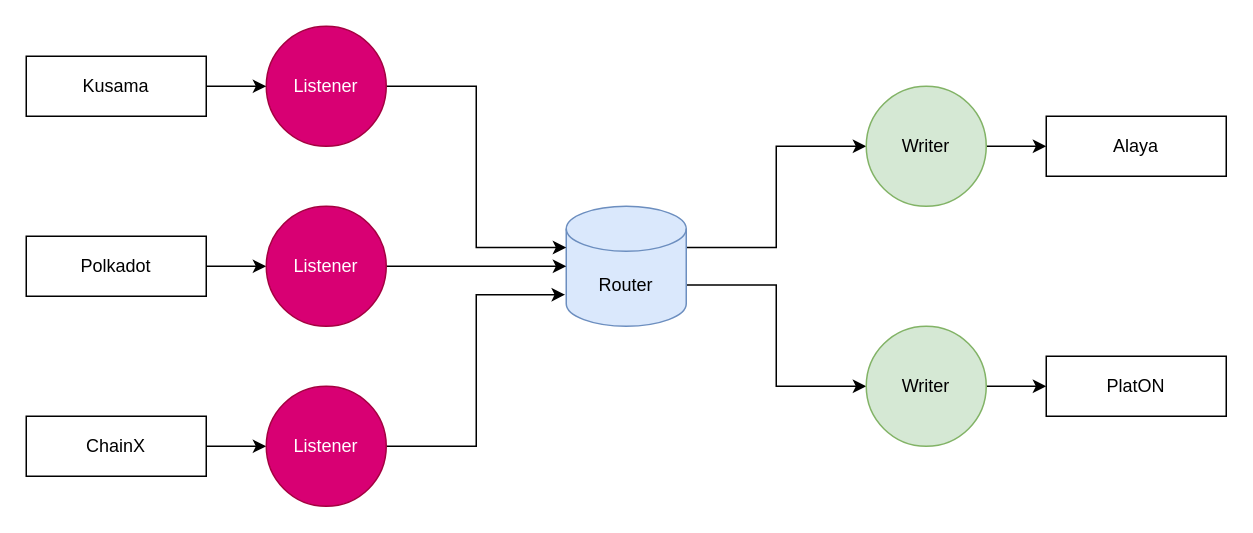
Earlier version of the draw.io diagram drawio/Router.drawio (0xrjman/resources). Source tidied: cells renumbered, new cells numbered last; positions are measured from the earlier drawing's top-left corner, leaving out a move shared by most shapes. Both pictures are drawn from the tidied source at 150%, with x=0, y=0 at pixel (26, 26).
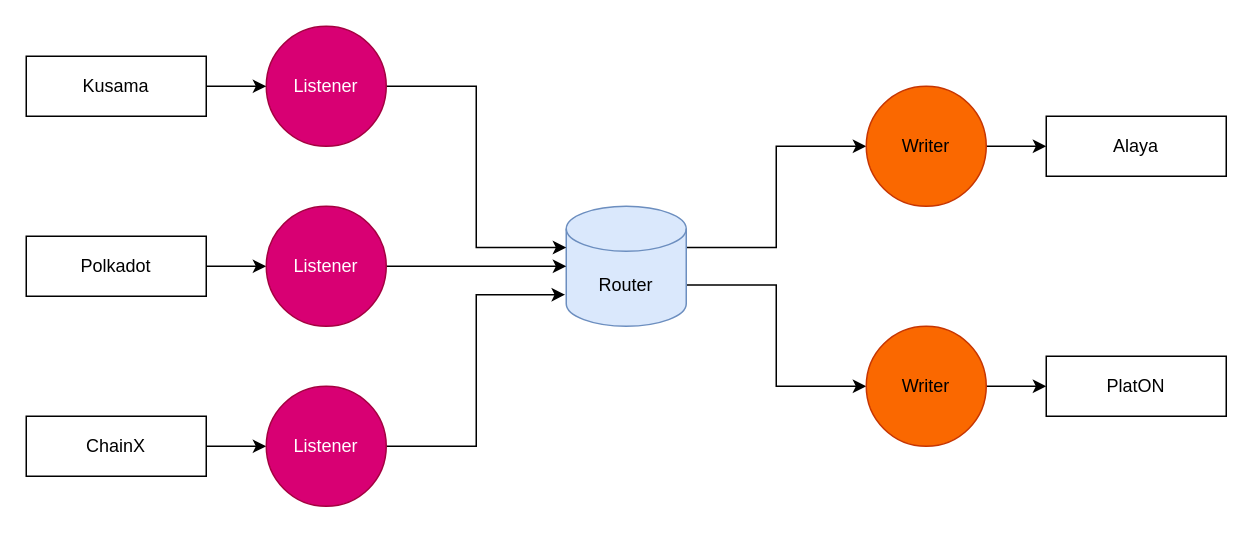
Above is the later version.

Commit message:
change color of alaya circle.drawio

What changed in the source:
```diff
@@
-    <mxCell id="6" value="Writer" style="ellipse;whiteSpace=wrap;html=1;fillColor=#d5e8d4;strokeColor=#82b366;" parent="1" vertex="1">
+    <mxCell id="6" value="Writer" style="ellipse;whiteSpace=wrap;html=1;fillColor=#fa6800;strokeColor=#C73500;fontColor=#000000;" parent="1" vertex="1">
       <mxGeometry x="560" y="40" width="80" height="80" as="geometry" />
     </mxCell>
@@
-    <mxCell id="21" value="&lt;span&gt;Writer&lt;/span&gt;" style="ellipse;whiteSpace=wrap;html=1;fillColor=#d5e8d4;strokeColor=#82b366;" parent="1" vertex="1">
+    <mxCell id="21" value="&lt;span&gt;Writer&lt;/span&gt;" style="ellipse;whiteSpace=wrap;html=1;fillColor=#fa6800;strokeColor=#C73500;fontColor=#000000;" parent="1" vertex="1">
       <mxGeometry x="560" y="200" width="80" height="80" as="geometry" />
     </mxCell>
```
